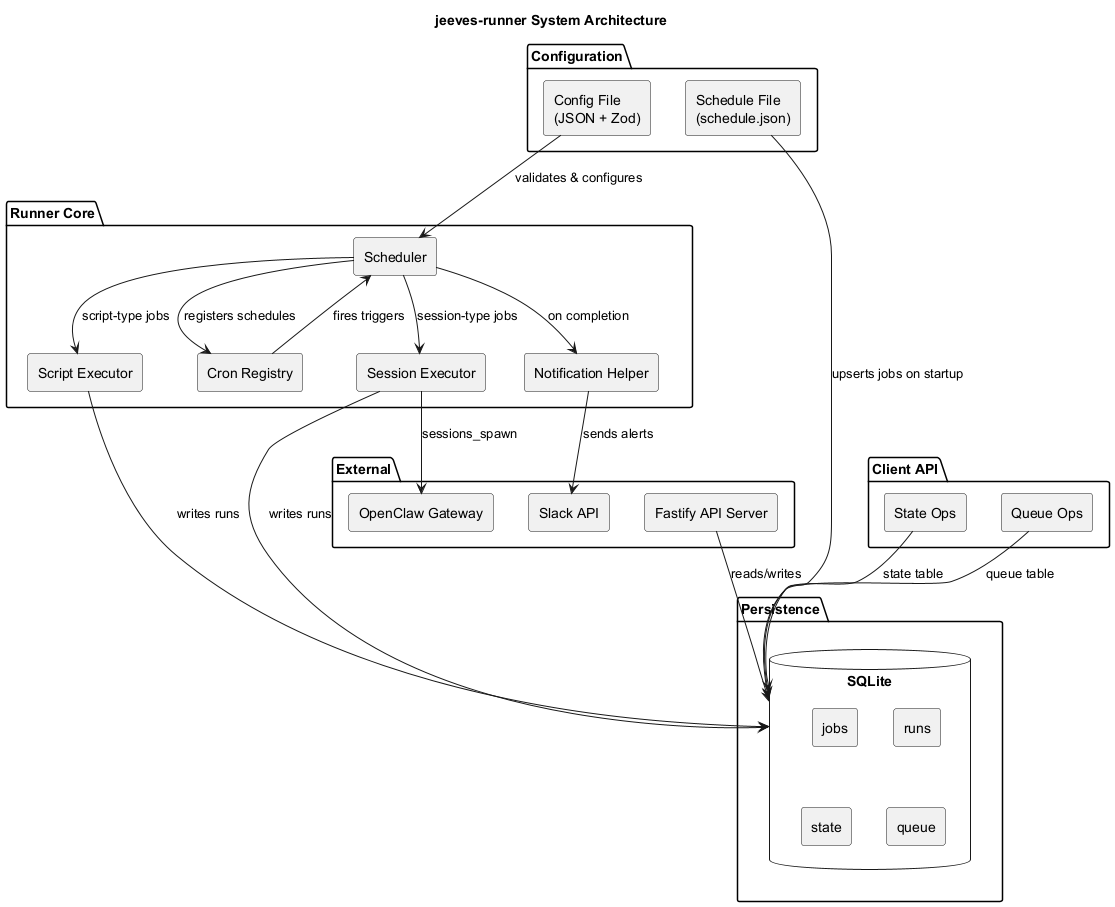
The PlantUML diagram packages/service/assets/system-architecture.png in karmaniverous/jeeves-runner, before a commit. Its diagram source:
```plantuml
@startuml system-architecture
title jeeves-runner System Architecture

skinparam componentStyle rectangle
skinparam backgroundColor white
skinparam shadowing false

package "Configuration" {
  [Config File\n(JSON + Zod)] as Config
  [Schedule File\n(schedule.json)] as Schedule
}

package "Runner Core" {
  [Scheduler] as Scheduler
  [Cron Registry] as Cron
  [Script Executor] as ScriptExec
  [Session Executor] as SessionExec
  [Notification Helper] as Notify
}

package "Persistence" {
  database "SQLite" as DB {
    [jobs]
    [runs]
    [state]
    [queue]
  }
}

package "External" {
  [Fastify API Server] as API
  [OpenClaw Gateway] as Gateway
  [Slack API] as Slack
}

package "Client API" {
  [State Ops] as StateOps
  [Queue Ops] as QueueOps
}

Config --> Scheduler : validates & configures
Schedule --> DB : upserts jobs on startup
Scheduler --> Cron : registers schedules
Cron --> Scheduler : fires triggers
Scheduler --> ScriptExec : script-type jobs
Scheduler --> SessionExec : session-type jobs
ScriptExec --> DB : writes runs
SessionExec --> Gateway : sessions_spawn
SessionExec --> DB : writes runs
Scheduler --> Notify : on completion
Notify --> Slack : sends alerts
API --> DB : reads/writes
StateOps --> DB : state table
QueueOps --> DB : queue table

@enduml
```
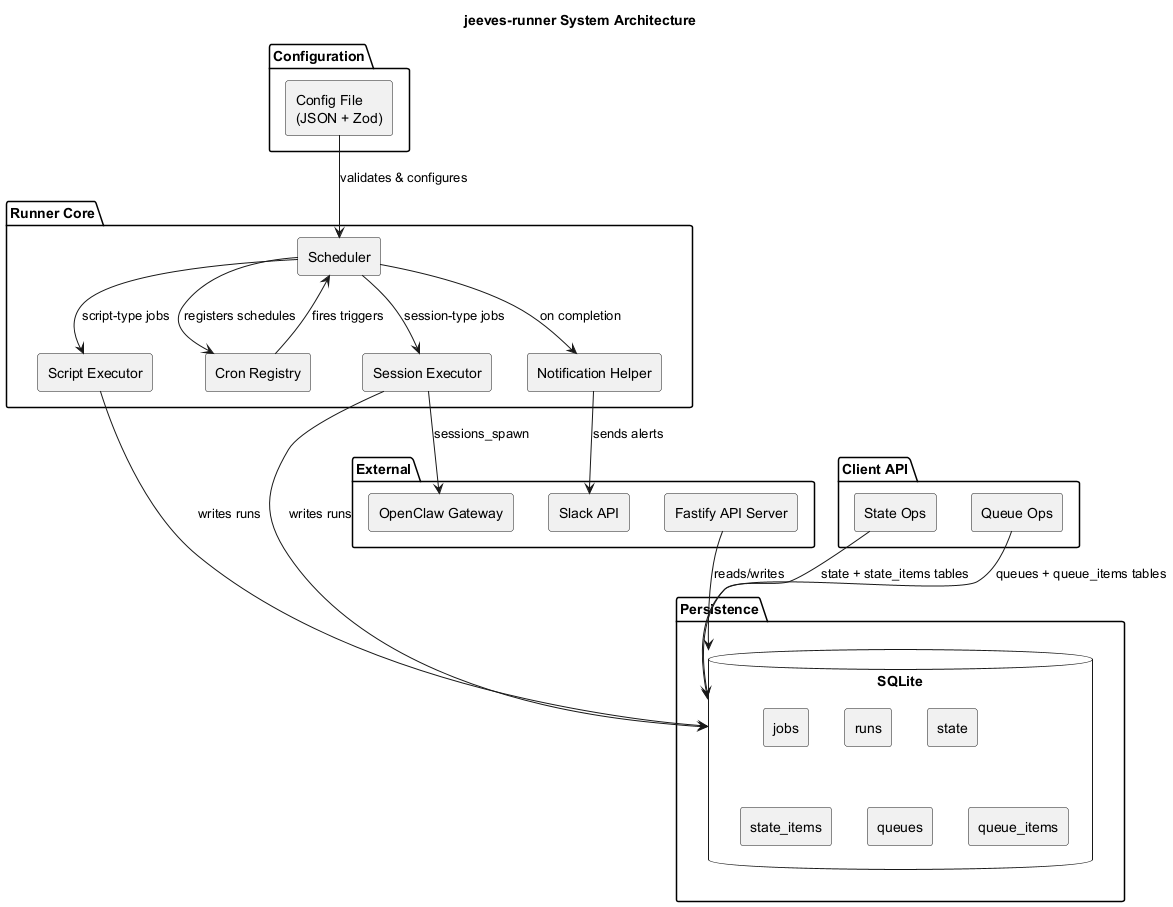
Above is the later version.

What changed in the source:
```diff
@@ -7,7 +7,6 @@
 
 package "Configuration" {
   [Config File\n(JSON + Zod)] as Config
-  [Schedule File\n(schedule.json)] as Schedule
 }
 
 package "Runner Core" {
@@ -23,7 +22,9 @@
     [jobs]
     [runs]
     [state]
-    [queue]
+    [state_items]
+    [queues]
+    [queue_items]
   }
 }
 
@@ -39,7 +40,6 @@
 }
 
 Config --> Scheduler : validates & configures
-Schedule --> DB : upserts jobs on startup
 Scheduler --> Cron : registers schedules
 Cron --> Scheduler : fires triggers
 Scheduler --> ScriptExec : script-type jobs
@@ -50,7 +50,7 @@
 Scheduler --> Notify : on completion
 Notify --> Slack : sends alerts
 API --> DB : reads/writes
-StateOps --> DB : state table
-QueueOps --> DB : queue table
+StateOps --> DB : state + state_items tables
+QueueOps --> DB : queues + queue_items tables
 
 @enduml
```
